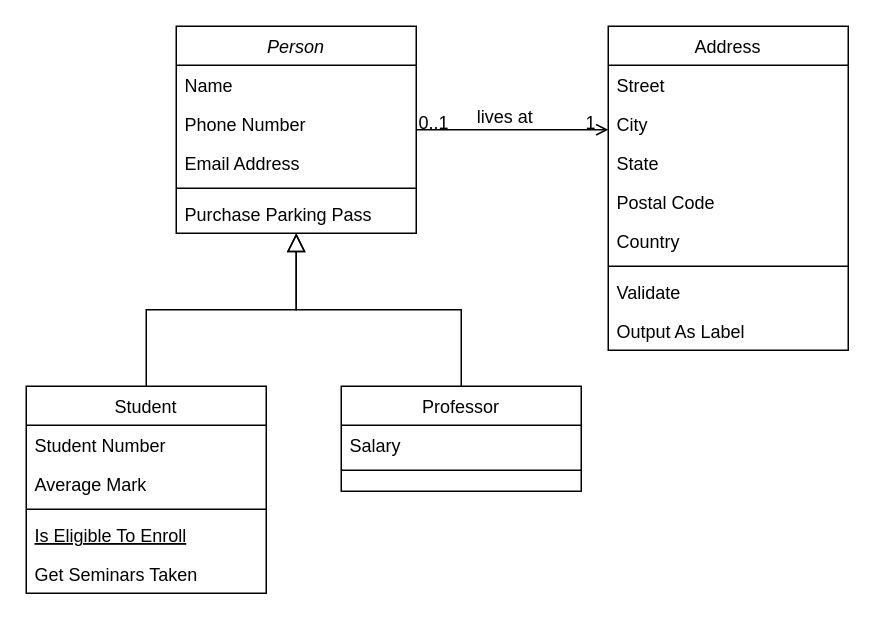
The draw.io diagram Diagrama sin título.drawio in Nate2066/ProyectoFinalMatriz, before the edit. Source tidied: cells renumbered, new cells numbered last; positions are measured from the earlier drawing's top-left corner, leaving out a move shared by most shapes. Both pictures are drawn from the tidied source at 150%, with x=0, y=0 at pixel (26, 26).
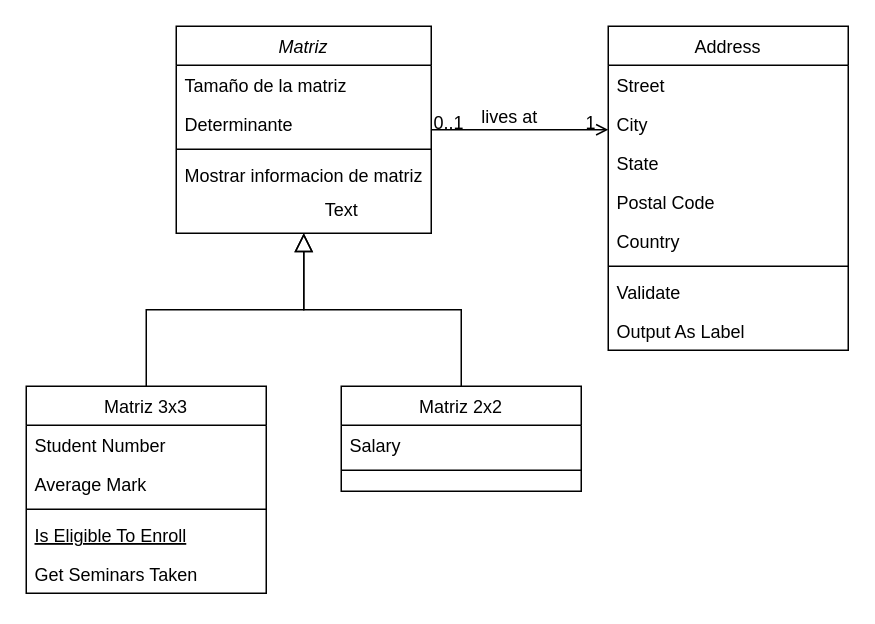
After the change.

The edit, as a diff of the source:
```diff
@@
-    <mxCell id="2" value="Person" style="swimlane;fontStyle=2;align=center;verticalAlign=top;horizontal=1;startSize=26;rounded=0;shadow=0;strokeWidth=1;" parent="1" vertex="1">
-      <mxGeometry x="100" width="160" height="138" as="geometry" />
+    <mxCell id="2" value="Matriz" style="swimlane;fontStyle=2;align=center;verticalAlign=top;horizontal=1;startSize=26;rounded=0;shadow=0;strokeWidth=1;" parent="1" vertex="1">
+      <mxGeometry x="100" width="170" height="138" as="geometry" />
     </mxCell>
-    <mxCell id="3" value="Name" style="text;align=left;verticalAlign=top;spacingLeft=4;spacingRight=4;overflow=hidden;" parent="2" vertex="1">
-      <mxGeometry y="26" width="160" height="26" as="geometry" />
+    <mxCell id="3" value="Tamaño de la matriz" style="text;align=left;verticalAlign=top;spacingLeft=4;spacingRight=4;overflow=hidden;" parent="2" vertex="1">
+      <mxGeometry y="26" width="170" height="26" as="geometry" />
     </mxCell>
-    <mxCell id="4" value="Phone Number" style="text;align=left;verticalAlign=top;spacingLeft=4;spacingRight=4;overflow=hidden;rounded=0;shadow=0;html=0;" parent="2" vertex="1">
-      <mxGeometry y="52" width="160" height="26" as="geometry" />
+    <mxCell id="4" value="Determinante" style="text;align=left;verticalAlign=top;spacingLeft=4;spacingRight=4;overflow=hidden;rounded=0;shadow=0;html=0;" parent="2" vertex="1">
+      <mxGeometry y="52" width="170" height="26" as="geometry" />
     </mxCell>
-    <mxCell id="5" value="Email Address" style="text;align=left;verticalAlign=top;spacingLeft=4;spacingRight=4;overflow=hidden;rounded=0;shadow=0;html=0;" parent="2" vertex="1">
-      <mxGeometry y="78" width="160" height="26" as="geometry" />
-    </mxCell>
     <mxCell id="6" style="line;html=1;strokeWidth=1;align=left;verticalAlign=middle;spacingTop=-1;spacingLeft=3;spacingRight=3;labelPosition=right;" parent="2" vertex="1">
-      <mxGeometry y="104" width="160" height="8" as="geometry" />
+      <mxGeometry y="78" width="170" height="8" as="geometry" />
     </mxCell>
-    <mxCell id="7" value="Purchase Parking Pass" style="text;align=left;verticalAlign=top;spacingLeft=4;spacingRight=4;overflow=hidden;" parent="2" vertex="1">
-      <mxGeometry y="112" width="160" height="26" as="geometry" />
+    <mxCell id="7" value="Mostrar informacion de matriz" style="text;align=left;verticalAlign=top;spacingLeft=4;spacingRight=4;overflow=hidden;" parent="2" vertex="1">
+      <mxGeometry y="86" width="170" height="26" as="geometry" />
     </mxCell>
-    <mxCell id="8" value="Student" style="swimlane;fontStyle=0;align=center;verticalAlign=top;horizontal=1;startSize=26;rounded=0;shadow=0;strokeWidth=1;" parent="1" vertex="1">
+    <mxCell id="8" value="Matriz 3x3" style="swimlane;fontStyle=0;align=center;verticalAlign=top;horizontal=1;startSize=26;rounded=0;shadow=0;strokeWidth=1;" parent="1" vertex="1">
       <mxGeometry y="240" width="160" height="138" as="geometry" />
     </mxCell>
@@
-    <mxCell id="15" value="Professor" style="swimlane;fontStyle=0;align=center;verticalAlign=top;horizontal=1;startSize=26;rounded=0;shadow=0;strokeWidth=1;" parent="1" vertex="1">
+    <mxCell id="15" value="Matriz 2x2" style="swimlane;fontStyle=0;align=center;verticalAlign=top;horizontal=1;startSize=26;rounded=0;shadow=0;strokeWidth=1;" parent="1" vertex="1">
       <mxGeometry x="210" y="240" width="160" height="70" as="geometry" />
     </mxCell>
@@
+    <mxCell id="32" value="Text" style="text;html=1;align=center;verticalAlign=middle;strokeColor=none;fillColor=none;" parent="1" vertex="1">
+      <mxGeometry x="185" y="108" width="50" height="30" as="geometry" />
+    </mxCell>
```
